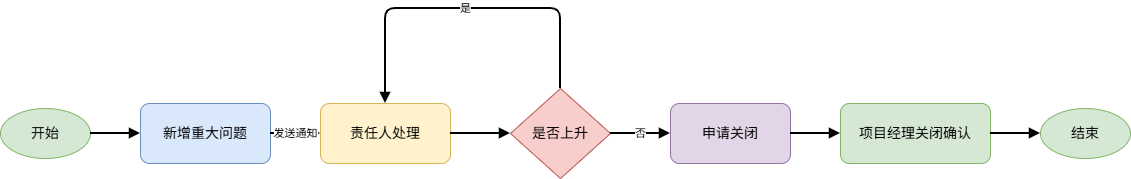
Earlier version of the draw.io export imgs/Flowchart/重大问题流程图.drawio.png (Moon-Knight1/SEU-Graduation-Thesis-Template). Source tidied: cells renumbered, new cells last; positions are measured from the earlier drawing's top-left corner, leaving out a move shared by most shapes. Source of this version:
```xml
<mxGraphModel>
  <root>
    <mxCell id="0" />
    <mxCell id="1" parent="0" />
    <mxCell id="2" value="开始" style="ellipse;whiteSpace=wrap;html=1;fillColor=#d5e8d4;strokeColor=#82b366;fontSize=14;" parent="1" vertex="1">
      <mxGeometry y="100" width="90" height="50" as="geometry" />
    </mxCell>
    <mxCell id="3" value="新增重大问题" style="rounded=1;whiteSpace=wrap;html=1;fillColor=#dae8fc;strokeColor=#6c8ebf;fontSize=14;" parent="1" vertex="1">
      <mxGeometry x="140" y="95" width="130" height="60" as="geometry" />
    </mxCell>
    <mxCell id="4" value="责任人处理" style="rounded=1;whiteSpace=wrap;html=1;fillColor=#fff2cc;strokeColor=#d6b656;fontSize=14;" parent="1" vertex="1">
      <mxGeometry x="320" y="95" width="130" height="60" as="geometry" />
    </mxCell>
    <mxCell id="5" value="是否上升" style="rhombus;whiteSpace=wrap;html=1;fillColor=#f8cecc;strokeColor=#b85450;fontSize=14;" parent="1" vertex="1">
      <mxGeometry x="510" y="80" width="100" height="90" as="geometry" />
    </mxCell>
    <mxCell id="6" value="申请关闭" style="rounded=1;whiteSpace=wrap;html=1;fillColor=#e1d5e7;strokeColor=#9673a6;fontSize=14;" parent="1" vertex="1">
      <mxGeometry x="670" y="95" width="120" height="60" as="geometry" />
    </mxCell>
    <mxCell id="7" value="项目经理关闭确认" style="rounded=1;whiteSpace=wrap;html=1;fillColor=#d5e8d4;strokeColor=#82b366;fontSize=14;" parent="1" vertex="1">
      <mxGeometry x="840" y="95" width="150" height="60" as="geometry" />
    </mxCell>
    <mxCell id="8" value="结束" style="ellipse;whiteSpace=wrap;html=1;fillColor=#d5e8d4;strokeColor=#82b366;fontSize=14;" parent="1" vertex="1">
      <mxGeometry x="1040" y="100" width="90" height="50" as="geometry" />
    </mxCell>
    <mxCell id="9" style="endArrow=block;html=1;rounded=0;strokeWidth=2;" parent="1" edge="1" source="2" target="3">
      <mxGeometry relative="1" as="geometry" />
    </mxCell>
    <mxCell id="10" value="发送通知" style="endArrow=block;html=1;rounded=0;strokeWidth=2;" parent="1" edge="1" source="3" target="4">
      <mxGeometry relative="1" as="geometry" />
    </mxCell>
    <mxCell id="11" style="endArrow=block;html=1;rounded=0;strokeWidth=2;" parent="1" edge="1" source="4" target="5">
      <mxGeometry relative="1" as="geometry" />
    </mxCell>
    <mxCell id="12" value="否" style="endArrow=block;html=1;rounded=0;strokeWidth=2;" parent="1" edge="1" source="5" target="6">
      <mxGeometry relative="1" as="geometry" />
    </mxCell>
    <mxCell id="13" value="是" style="endArrow=block;html=1;rounded=1;strokeWidth=2;" parent="1" edge="1" source="5" target="4">
      <mxGeometry relative="1" as="geometry">
        <Array as="points">
          <mxPoint x="560" />
          <mxPoint x="385" />
        </Array>
      </mxGeometry>
    </mxCell>
    <mxCell id="14" style="endArrow=block;html=1;rounded=0;strokeWidth=2;" parent="1" edge="1" source="6" target="7">
      <mxGeometry relative="1" as="geometry" />
    </mxCell>
    <mxCell id="15" style="endArrow=block;html=1;rounded=0;strokeWidth=2;" parent="1" edge="1" source="7" target="8">
      <mxGeometry relative="1" as="geometry" />
    </mxCell>
  </root>
</mxGraphModel>
```
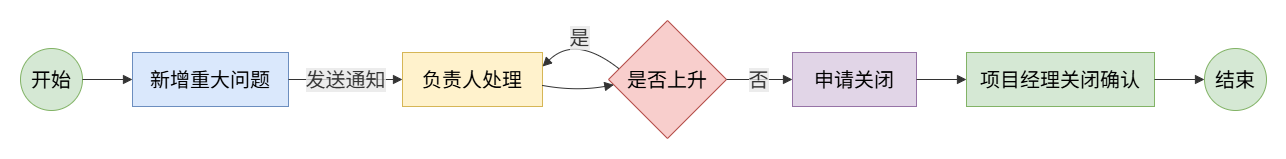
The same diagram one commit later.

Diff of the diagram source:
```diff
@@ -2,52 +2,58 @@
   <root>
     <mxCell id="0" />
     <mxCell id="1" parent="0" />
+    <mxCell id="16" style="group;transparentBounds=1;editIcon=1;lockedGroup=0;groupPadding=20;fontSize=20;" parent="1" vertex="1">
+      <mxGeometry x="-60" y="-120" as="geometry" />
+    </mxCell>
-    <mxCell id="2" value="开始" style="ellipse;whiteSpace=wrap;html=1;fillColor=#d5e8d4;strokeColor=#82b366;fontSize=14;" parent="1" vertex="1">
-      <mxGeometry y="100" width="90" height="50" as="geometry" />
+    <mxCell id="2" value="开始" style="ellipse;html=1;strokeWidth=1;whiteSpace=wrap;fillColor=#d5e8d4;strokeColor=#82b366;fontColor=default;fontFamily=Trebuchet MS,Verdana,Arial,sans-serif;fontSize=20;" parent="16" vertex="1">
+      <mxGeometry x="40" y="68" width="62" height="62" as="geometry" />
     </mxCell>
-    <mxCell id="3" value="新增重大问题" style="rounded=1;whiteSpace=wrap;html=1;fillColor=#dae8fc;strokeColor=#6c8ebf;fontSize=14;" parent="1" vertex="1">
-      <mxGeometry x="140" y="95" width="130" height="60" as="geometry" />
+    <mxCell id="3" value="新增重大问题" style="html=1;whiteSpace=wrap;strokeWidth=1;fillColor=#dae8fc;strokeColor=#6c8ebf;fontColor=default;fontFamily=Trebuchet MS,Verdana,Arial,sans-serif;fontSize=20;" parent="16" vertex="1">
+      <mxGeometry x="152" y="72" width="156" height="54" as="geometry" />
     </mxCell>
-    <mxCell id="4" value="责任人处理" style="rounded=1;whiteSpace=wrap;html=1;fillColor=#fff2cc;strokeColor=#d6b656;fontSize=14;" parent="1" vertex="1">
-      <mxGeometry x="320" y="95" width="130" height="60" as="geometry" />
-    </mxCell>
+    <mxCell id="17" value="负责人处理" style="html=1;whiteSpace=wrap;strokeWidth=1;fillColor=#fff2cc;strokeColor=#d6b656;fontColor=default;fontFamily=Trebuchet MS,Verdana,Arial,sans-serif;fontSize=20;" parent="16" vertex="1">
+      <mxGeometry x="422" y="72" width="140" height="54" as="geometry" />
+    </mxCell>
-    <mxCell id="5" value="是否上升" style="rhombus;whiteSpace=wrap;html=1;fillColor=#f8cecc;strokeColor=#b85450;fontSize=14;" parent="1" vertex="1">
-      <mxGeometry x="510" y="80" width="100" height="90" as="geometry" />
+    <mxCell id="5" value="是否上升" style="rhombus;html=1;strokeWidth=1;whiteSpace=wrap;fillColor=#f8cecc;strokeColor=#b85450;fontColor=default;fontFamily=Trebuchet MS,Verdana,Arial,sans-serif;fontSize=20;" parent="16" vertex="1">
+      <mxGeometry x="628" y="40" width="118" height="118" as="geometry" />
     </mxCell>
-    <mxCell id="6" value="申请关闭" style="rounded=1;whiteSpace=wrap;html=1;fillColor=#e1d5e7;strokeColor=#9673a6;fontSize=14;" parent="1" vertex="1">
-      <mxGeometry x="670" y="95" width="120" height="60" as="geometry" />
+    <mxCell id="6" value="申请关闭" style="html=1;whiteSpace=wrap;strokeWidth=1;fillColor=#e1d5e7;strokeColor=#9673a6;fontColor=default;fontFamily=Trebuchet MS,Verdana,Arial,sans-serif;fontSize=20;" parent="16" vertex="1">
+      <mxGeometry x="812" y="72" width="124" height="54" as="geometry" />
     </mxCell>
-    <mxCell id="7" value="项目经理关闭确认" style="rounded=1;whiteSpace=wrap;html=1;fillColor=#d5e8d4;strokeColor=#82b366;fontSize=14;" parent="1" vertex="1">
-      <mxGeometry x="840" y="95" width="150" height="60" as="geometry" />
+    <mxCell id="7" value="项目经理关闭确认" style="html=1;whiteSpace=wrap;strokeWidth=1;fillColor=#d5e8d4;strokeColor=#82b366;fontColor=default;fontFamily=Trebuchet MS,Verdana,Arial,sans-serif;fontSize=20;" parent="16" vertex="1">
+      <mxGeometry x="986" y="72" width="188" height="54" as="geometry" />
     </mxCell>
-    <mxCell id="8" value="结束" style="ellipse;whiteSpace=wrap;html=1;fillColor=#d5e8d4;strokeColor=#82b366;fontSize=14;" parent="1" vertex="1">
-      <mxGeometry x="1040" y="100" width="90" height="50" as="geometry" />
+    <mxCell id="8" value="结束" style="ellipse;html=1;strokeWidth=1;whiteSpace=wrap;fillColor=#d5e8d4;strokeColor=#82b366;fontColor=default;fontFamily=Trebuchet MS,Verdana,Arial,sans-serif;fontSize=20;" parent="16" vertex="1">
+      <mxGeometry x="1224" y="68" width="62" height="62" as="geometry" />
     </mxCell>
-    <mxCell id="9" style="endArrow=block;html=1;rounded=0;strokeWidth=2;" parent="1" edge="1" source="2" target="3">
+    <mxCell id="9" style="curved=1;startArrow=none;endArrow=block;endSize=7;strokeColor=light-dark(#333333,#cccccc);exitX=1;exitY=0.5;entryX=0;entryY=0.5;rounded=0;fontSize=20;" parent="16" edge="1" source="2" target="3">
       <mxGeometry relative="1" as="geometry" />
     </mxCell>
-    <mxCell id="10" value="发送通知" style="endArrow=block;html=1;rounded=0;strokeWidth=2;" parent="1" edge="1" source="3" target="4">
+    <mxCell id="10" value="发送通知" style="curved=1;startArrow=none;endArrow=block;endSize=7;strokeColor=light-dark(#333333,#cccccc);html=1;fontSize=20;labelBackgroundColor=light-dark(#E8E8E88D,#2a2a2a8D);fontFamily=Trebuchet MS,Verdana,Arial,sans-serif;fontColor=light-dark(#333333,#cccccc);exitX=1;exitY=0.5;entryX=0;entryY=0.5;rounded=0;" parent="16" edge="1" source="3" target="17">
       <mxGeometry relative="1" as="geometry" />
     </mxCell>
-    <mxCell id="11" style="endArrow=block;html=1;rounded=0;strokeWidth=2;" parent="1" edge="1" source="4" target="5">
-      <mxGeometry relative="1" as="geometry" />
-    </mxCell>
+    <mxCell id="18" style="curved=1;startArrow=none;endArrow=block;endSize=7;strokeColor=light-dark(#333333,#cccccc);exitX=1;exitY=0.61;exitDx=0;exitDy=0;entryX=0;entryY=0.55;entryDx=0;entryDy=0;rounded=0;fontSize=20;" parent="16" edge="1" source="17" target="5">
+      <mxGeometry relative="1" as="geometry">
+        <Array as="points">
+          <mxPoint x="595" y="111" />
+        </Array>
+      </mxGeometry>
+    </mxCell>
-    <mxCell id="12" value="否" style="endArrow=block;html=1;rounded=0;strokeWidth=2;" parent="1" edge="1" source="5" target="6">
+    <mxCell id="12" value="否" style="curved=1;startArrow=none;endArrow=block;endSize=7;strokeColor=light-dark(#333333,#cccccc);html=1;fontSize=20;labelBackgroundColor=light-dark(#E8E8E88D,#2a2a2a8D);fontFamily=Trebuchet MS,Verdana,Arial,sans-serif;fontColor=light-dark(#333333,#cccccc);exitX=1;exitY=0.5;entryX=0;entryY=0.5;rounded=0;" parent="16" edge="1" source="5" target="6">
       <mxGeometry relative="1" as="geometry" />
     </mxCell>
-    <mxCell id="13" value="是" style="endArrow=block;html=1;rounded=1;strokeWidth=2;" parent="1" edge="1" source="5" target="4">
-      <mxGeometry relative="1" as="geometry">
-        <Array as="points">
-          <mxPoint x="560" />
-          <mxPoint x="385" />
-        </Array>
-      </mxGeometry>
-    </mxCell>
-    <mxCell id="14" style="endArrow=block;html=1;rounded=0;strokeWidth=2;" parent="1" edge="1" source="6" target="7">
+    <mxCell id="14" style="curved=1;startArrow=none;endArrow=block;endSize=7;strokeColor=light-dark(#333333,#cccccc);exitX=1;exitY=0.5;entryX=0;entryY=0.5;rounded=0;fontSize=20;" parent="16" edge="1" source="6" target="7">
       <mxGeometry relative="1" as="geometry" />
     </mxCell>
-    <mxCell id="15" style="endArrow=block;html=1;rounded=0;strokeWidth=2;" parent="1" edge="1" source="7" target="8">
+    <mxCell id="15" style="curved=1;startArrow=none;endArrow=block;endSize=7;strokeColor=light-dark(#333333,#cccccc);exitX=1;exitY=0.5;entryX=0;entryY=0.5;rounded=0;fontSize=20;" parent="16" edge="1" source="7" target="8">
       <mxGeometry relative="1" as="geometry" />
     </mxCell>
+    <mxCell id="13" value="是" style="curved=1;startArrow=none;endArrow=block;endSize=7;strokeColor=light-dark(#333333,#cccccc);html=1;fontSize=20;labelBackgroundColor=light-dark(#E8E8E88D,#2a2a2a8D);fontFamily=Trebuchet MS,Verdana,Arial,sans-serif;fontColor=light-dark(#333333,#cccccc);exitX=0;exitY=0.39;exitDx=0;exitDy=0;entryX=1;entryY=0.26;entryDx=0;entryDy=0;rounded=0;" parent="16" edge="1" source="5" target="17">
+      <mxGeometry relative="1" as="geometry">
+        <Array as="points">
+          <mxPoint x="595" y="54" />
+        </Array>
+      </mxGeometry>
+    </mxCell>
   </root>
 </mxGraphModel>
```
